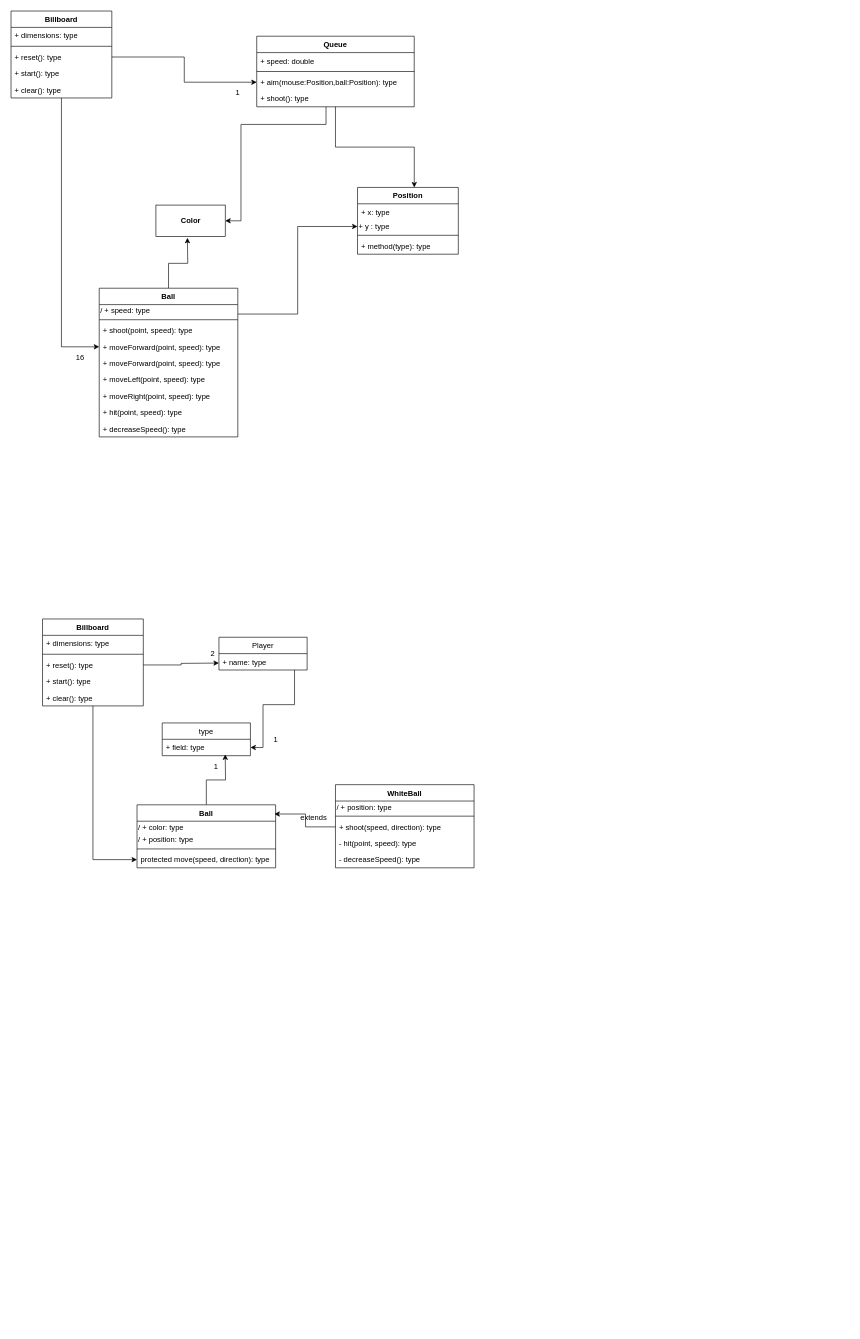
Before: UML.drawio in didolehbal/Billard_game, a draw.io diagram. Source tidied: cells renumbered, new cells numbered last; positions are measured from the earlier drawing's top-left corner, leaving out a move shared by most shapes. Both pictures are drawn from the tidied source at 63%, with x=0, y=0 at pixel (11, 11).
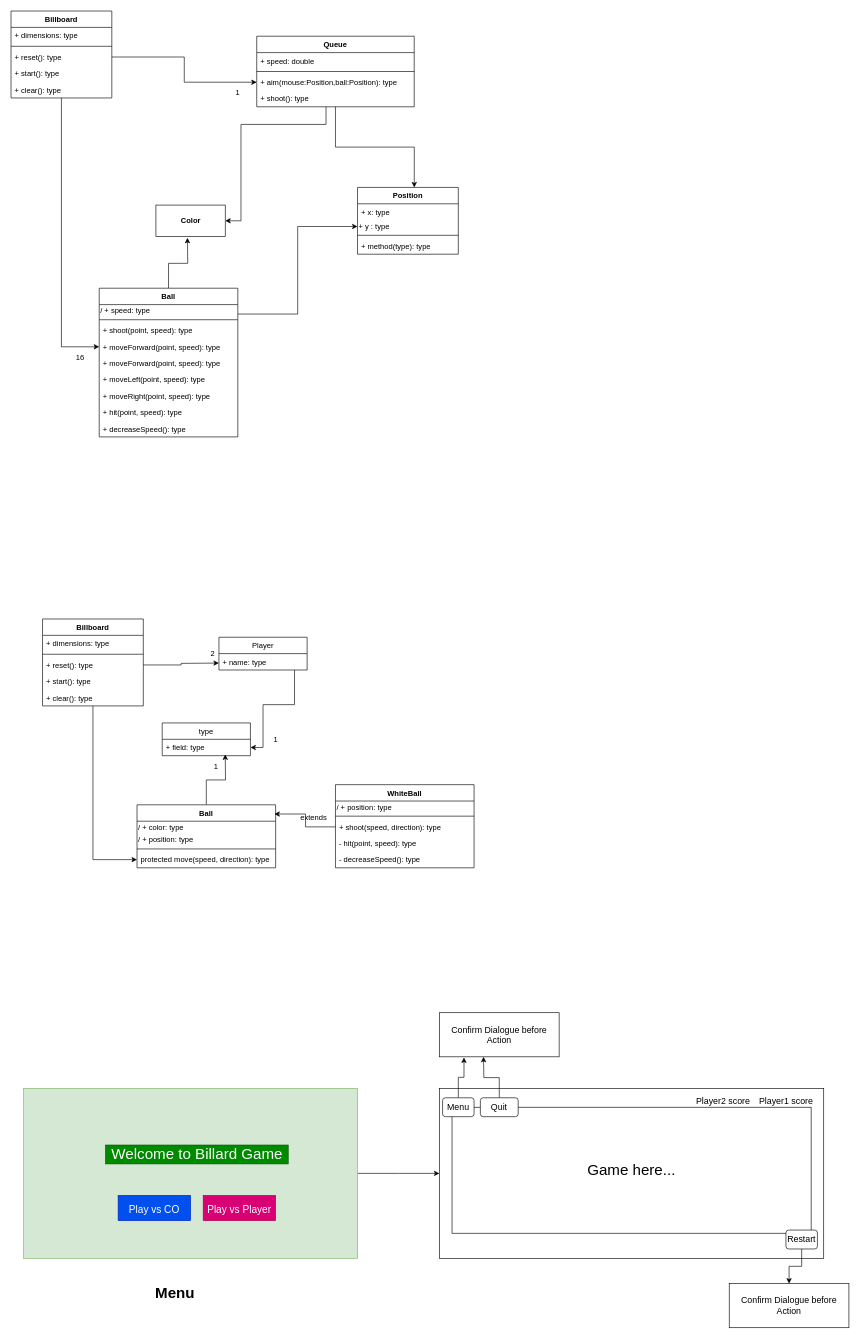
The same page after the edit.

Diff of the diagram source:
```diff
@@
+    <mxCell id="67" style="edgeStyle=orthogonalEdgeStyle;rounded=0;jettySize=auto;html=1;fontSize=24;" parent="1" edge="1" source="68">
+      <mxGeometry relative="1" as="geometry">
+        <mxPoint x="680" y="1845" as="targetPoint" />
+      </mxGeometry>
+    </mxCell>
+    <mxCell id="68" style="rounded=0;whiteSpace=wrap;html=1;fillColor=#d5e8d4;strokeColor=#82b366;" parent="1" vertex="1">
+      <mxGeometry x="20" y="1710" width="530" height="270" as="geometry" />
+    </mxCell>
+    <mxCell id="69" value="Menu" style="text;html=1;align=center;verticalAlign=middle;fontSize=24;fontStyle=1;" parent="1" vertex="1">
+      <mxGeometry x="220" y="2020" width="80" height="30" as="geometry" />
+    </mxCell>
+    <mxCell id="70" value="&lt;font style=&quot;font-size: 16px&quot;&gt;Play vs CO&lt;/font&gt;" style="rounded=0;whiteSpace=wrap;html=1;fontSize=24;fillColor=#0050ef;strokeColor=#001DBC;fontColor=#ffffff;" parent="1" vertex="1">
+      <mxGeometry x="170" y="1880" width="115" height="40" as="geometry" />
+    </mxCell>
+    <mxCell id="71" value="Welcome to Billard Game" style="text;html=1;align=center;verticalAlign=middle;fontSize=24;fillColor=#008a00;strokeColor=#005700;fontColor=#ffffff;" parent="1" vertex="1">
+      <mxGeometry x="150" y="1800" width="290" height="30" as="geometry" />
+    </mxCell>
+    <mxCell id="72" value="&lt;font style=&quot;font-size: 16px&quot;&gt;Play vs Player&lt;/font&gt;" style="rounded=0;whiteSpace=wrap;html=1;fontSize=24;fillColor=#d80073;strokeColor=#A50040;fontColor=#ffffff;" parent="1" vertex="1">
+      <mxGeometry x="305" y="1880" width="115" height="40" as="geometry" />
+    </mxCell>
+    <mxCell id="73" style="rounded=0;whiteSpace=wrap;html=1;fontSize=24;" parent="1" vertex="1">
+      <mxGeometry x="680" y="1710" width="610" height="270" as="geometry" />
+    </mxCell>
+    <mxCell id="74" value="Game here..." style="rounded=0;whiteSpace=wrap;html=1;fontSize=24;" parent="1" vertex="1">
+      <mxGeometry x="700" y="1740" width="570" height="200" as="geometry" />
+    </mxCell>
+    <mxCell id="75" style="edgeStyle=orthogonalEdgeStyle;rounded=0;jettySize=auto;html=1;fontSize=14;" parent="1" edge="1" source="76" target="82">
+      <mxGeometry relative="1" as="geometry" />
+    </mxCell>
+    <mxCell id="76" value="Restart" style="rounded=1;whiteSpace=wrap;html=1;fontSize=14;" parent="1" vertex="1">
+      <mxGeometry x="1230" y="1935" width="50" height="30" as="geometry" />
+    </mxCell>
+    <mxCell id="77" style="edgeStyle=orthogonalEdgeStyle;rounded=0;jettySize=auto;html=1;fontSize=14;" parent="1" edge="1" source="78">
+      <mxGeometry relative="1" as="geometry">
+        <mxPoint x="750" y="1660" as="targetPoint" />
+      </mxGeometry>
+    </mxCell>
+    <mxCell id="78" value="Quit" style="rounded=1;whiteSpace=wrap;html=1;fontSize=14;" parent="1" vertex="1">
+      <mxGeometry x="745" y="1725" width="60" height="30" as="geometry" />
+    </mxCell>
+    <mxCell id="79" value="Confirm Dialogue before Action" style="rounded=0;whiteSpace=wrap;html=1;fontSize=14;" parent="1" vertex="1">
+      <mxGeometry x="680" y="1590" width="190" height="70" as="geometry" />
+    </mxCell>
+    <mxCell id="80" style="edgeStyle=orthogonalEdgeStyle;rounded=0;jettySize=auto;html=1;entryX=0.205;entryY=1.014;entryDx=0;entryDy=0;entryPerimeter=0;fontSize=14;" parent="1" edge="1" source="81" target="79">
+      <mxGeometry relative="1" as="geometry" />
+    </mxCell>
+    <mxCell id="81" value="Menu" style="rounded=1;whiteSpace=wrap;html=1;fontSize=14;" parent="1" vertex="1">
+      <mxGeometry x="685" y="1725" width="50" height="30" as="geometry" />
+    </mxCell>
+    <mxCell id="82" value="Confirm Dialogue before Action" style="rounded=0;whiteSpace=wrap;html=1;fontSize=14;" parent="1" vertex="1">
+      <mxGeometry x="1140" y="2020" width="190" height="70" as="geometry" />
+    </mxCell>
+    <mxCell id="83" value="Player1 score" style="text;html=1;align=center;verticalAlign=middle;fontSize=14;" parent="1" vertex="1">
+      <mxGeometry x="1180" y="1720" width="100" height="20" as="geometry" />
+    </mxCell>
+    <mxCell id="84" value="Player2 score" style="text;html=1;align=center;verticalAlign=middle;fontSize=14;" parent="1" vertex="1">
+      <mxGeometry x="1080" y="1720" width="100" height="20" as="geometry" />
+    </mxCell>
```
